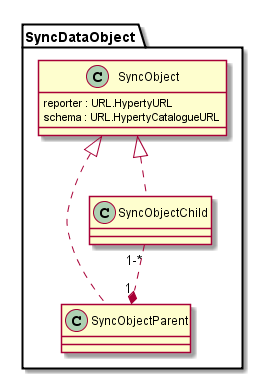
reTHINK-project/dev-service-framework keeps this PlantUML diagram as docs/datamodel/SyncDataObject.png. Above is the earlier version.
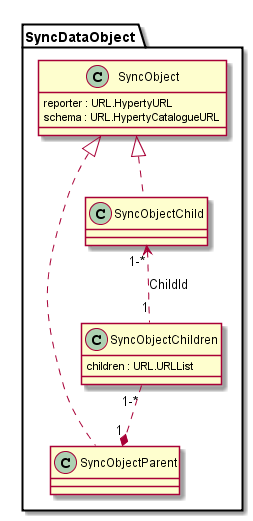
The same file after the commit.

What changed in the source:
```diff
@@ -10,14 +10,19 @@
 		class SyncObjectParent {
 		}
 
+		class SyncObjectChildren {
+		children : URL.URLList
+		}
+
 		class SyncObjectChild {
-
 		}
 
 	SyncObjectParent .up.|> SyncObject
 
 	SyncObjectChild .up.|> SyncObject
 
-	SyncObjectChild "1-*".up.*"1" SyncObjectParent
+	SyncObjectChildren "1-*".up.*"1" SyncObjectParent
+
+	SyncObjectChild "1-*"<.up."1" SyncObjectChildren : ChildId
 	}
 @enduml
```
